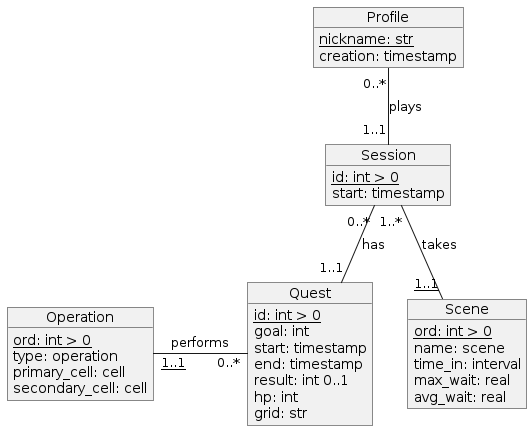
Earlier version of the PlantUML export doc/Database/database-ER.png (AntoninoRando/Grid-Quest). Its diagram source:
```plantuml
@startuml

object Profile {
    <u>nickname: str</u>
    creation: timestamp
}

object Session {
    <u>id: int > 0</u>
    start: timestamp
}

object Scene {
    <u>ord: int > 0</u>
    name: scene
    time_in: interval
    max_wait: real
    avg_wait: real
}

object Quest {
    <u>id: int > 0</u>
    goal: int
    start: timestamp
    end: timestamp
    result: int 0..1
    hp: int
    grid: str
}

object Operation {
    <u>ord: int > 0</u>
    type: operation
    primary_cell: cell
    secondary_cell: cell
}


Profile "0..*" -- "1..1" Session : plays

Session "0..*" -- "1..1" Quest : has

Session "1..*" -- "<u>1..1</u>" Scene : takes

Quest "0..*" -left- "<u>1..1</u>" Operation : performs
@enduml
```
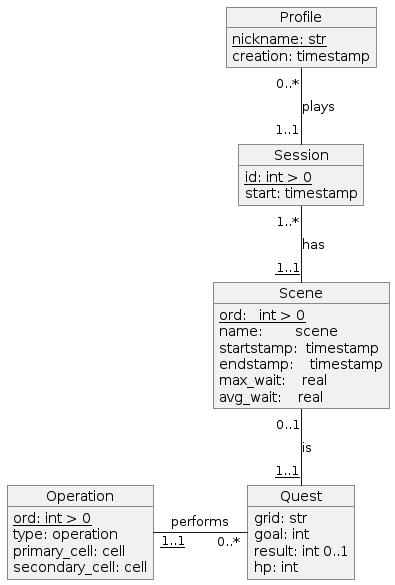
Later version of the same file.

Commit message:
refactor: Modify database 'Scene' table and add several SQL functions

Change to the diagram source:
```diff
@@ -11,21 +11,19 @@
 }
 
 object Scene {
-    <u>ord: int > 0</u>
-    name: scene
-    time_in: interval
-    max_wait: real
-    avg_wait: real
+    <u>ord:   int > 0</u>
+    name:        scene
+    startstamp:  timestamp
+    endstamp:    timestamp
+    max_wait:    real
+    avg_wait:    real
 }
 
 object Quest {
-    <u>id: int > 0</u>
+    grid: str
     goal: int
-    start: timestamp
-    end: timestamp
     result: int 0..1
     hp: int
-    grid: str
 }
 
 object Operation {
@@ -38,9 +36,9 @@
 
 Profile "0..*" -- "1..1" Session : plays
 
-Session "0..*" -- "1..1" Quest : has
+Session "1..*" -- "<u>1..1</u>" Scene : has
 
-Session "1..*" -- "<u>1..1</u>" Scene : takes
+Scene "0..1" -- "<u>1..1</u>" Quest : is
 
 Quest "0..*" -left- "<u>1..1</u>" Operation : performs
 @enduml
```
